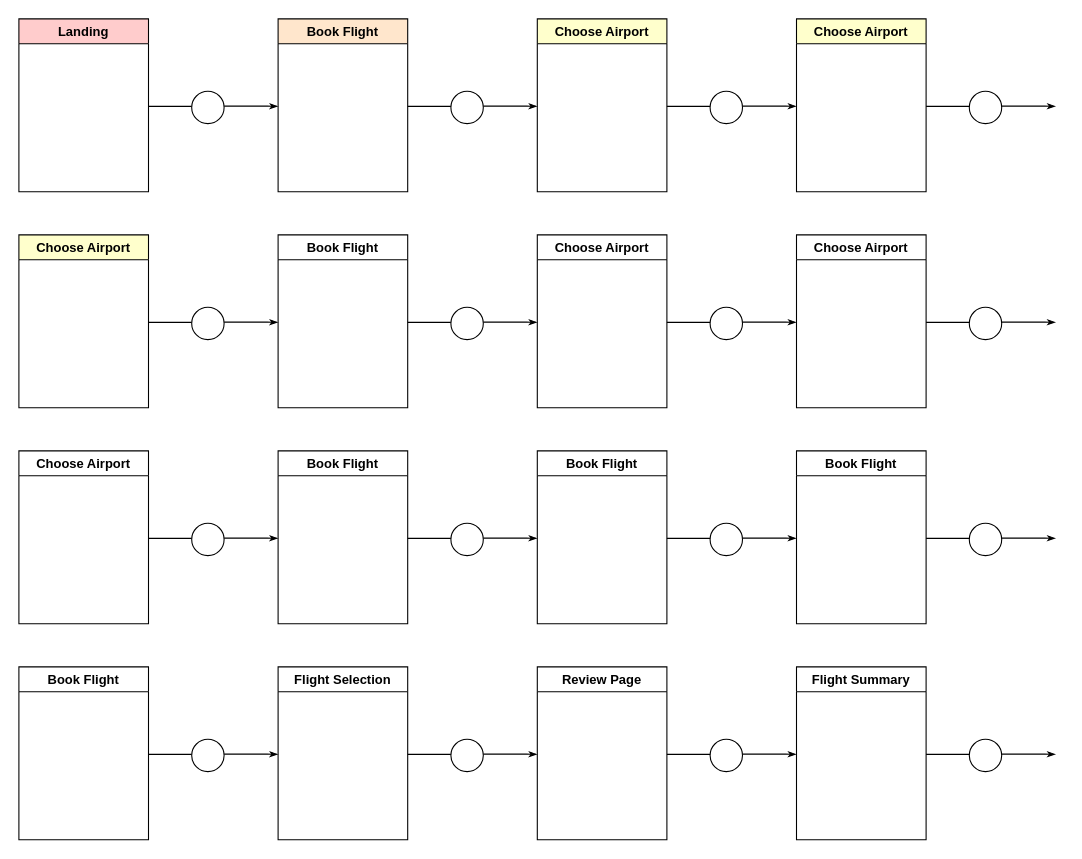
Earlier version of the draw.io diagram page "Page-1" (1 of 3) of Untitled Diagram.drawio (davidjbuchanan/todo_pretty_printed_example). Source tidied: cells renumbered, new cells numbered last; positions are measured from the earlier drawing's top-left corner, leaving out a move shared by most shapes. Both pictures are drawn from the tidied source at 108%, with x=0, y=0 at pixel (18, 18).
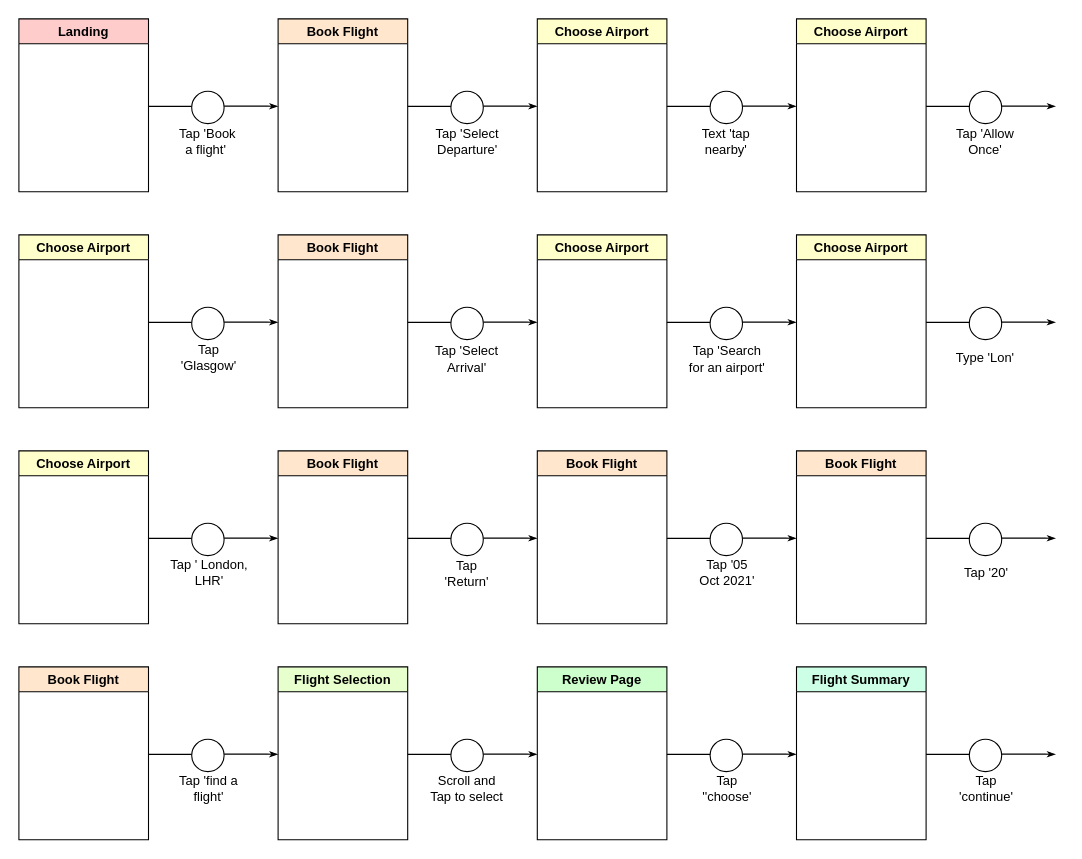
After the change.

What changed in the source:
```diff
@@
-    <mxCell id="23" value="Book Flight" style="swimlane;" parent="1" vertex="1">
+    <mxCell id="23" value="Book Flight" style="swimlane;fillColor=#FFE6CC;" parent="1" vertex="1">
       <mxGeometry x="240" y="200" width="120" height="160" as="geometry" />
     </mxCell>
@@
-    <mxCell id="27" value="Choose Airport" style="swimlane;" parent="1" vertex="1">
+    <mxCell id="27" value="Choose Airport" style="swimlane;fillColor=#FFFFCC;" parent="1" vertex="1">
       <mxGeometry x="480" y="200" width="120" height="160" as="geometry" />
     </mxCell>
@@
-    <mxCell id="31" value="Choose Airport" style="swimlane;" parent="1" vertex="1">
+    <mxCell id="31" value="Choose Airport" style="swimlane;fillColor=#FFFFCC;" parent="1" vertex="1">
       <mxGeometry x="720" y="200" width="120" height="160" as="geometry" />
     </mxCell>
@@
-    <mxCell id="35" value="Choose Airport" style="swimlane;" parent="1" vertex="1">
+    <mxCell id="35" value="Choose Airport" style="swimlane;fillColor=#FFFFCC;" parent="1" vertex="1">
       <mxGeometry y="400" width="120" height="160" as="geometry" />
     </mxCell>
@@
-    <mxCell id="39" value="Book Flight" style="swimlane;" parent="1" vertex="1">
+    <mxCell id="39" value="Book Flight" style="swimlane;fillColor=#FFE6CC;" parent="1" vertex="1">
       <mxGeometry x="240" y="400" width="120" height="160" as="geometry" />
     </mxCell>
@@
-    <mxCell id="43" value="Book Flight" style="swimlane;" parent="1" vertex="1">
+    <mxCell id="43" value="Book Flight" style="swimlane;fillColor=#FFE6CC;" parent="1" vertex="1">
       <mxGeometry x="480" y="400" width="120" height="160" as="geometry" />
     </mxCell>
@@
-    <mxCell id="47" value="Book Flight" style="swimlane;" parent="1" vertex="1">
+    <mxCell id="47" value="Book Flight" style="swimlane;fillColor=#FFE6CC;" parent="1" vertex="1">
       <mxGeometry x="720" y="400" width="120" height="160" as="geometry" />
     </mxCell>
@@
-    <mxCell id="51" value="Book Flight" style="swimlane;" parent="1" vertex="1">
+    <mxCell id="51" value="Book Flight" style="swimlane;fillColor=#FFE6CC;" parent="1" vertex="1">
       <mxGeometry y="600" width="120" height="160" as="geometry" />
     </mxCell>
@@
-    <mxCell id="55" value="Flight Selection" style="swimlane;" parent="1" vertex="1">
+    <mxCell id="55" value="Flight Selection" style="swimlane;fillColor=#E6FFCC;" parent="1" vertex="1">
       <mxGeometry x="240" y="600" width="120" height="160" as="geometry" />
     </mxCell>
@@
-    <mxCell id="59" value="Review Page" style="swimlane;" parent="1" vertex="1">
+    <mxCell id="59" value="Review Page" style="swimlane;fillColor=#CCFFCC;" parent="1" vertex="1">
       <mxGeometry x="480" y="600" width="120" height="160" as="geometry" />
     </mxCell>
@@
-    <mxCell id="63" value="Flight Summary" style="swimlane;" parent="1" vertex="1">
+    <mxCell id="63" value="Flight Summary" style="swimlane;fillColor=#CCFFE6;" parent="1" vertex="1">
       <mxGeometry x="720" y="600" width="120" height="160" as="geometry" />
     </mxCell>
@@
+    <mxCell id="66" value="Tap 'Book a flight'&amp;nbsp;" style="text;html=1;strokeColor=none;fillColor=none;align=center;verticalAlign=middle;whiteSpace=wrap;rounded=0;labelBackgroundColor=none;labelBorderColor=none;" parent="1" vertex="1">
+      <mxGeometry x="145" y="99" width="60" height="30" as="geometry" />
+    </mxCell>
+    <mxCell id="67" value="Tap 'Select Departure'" style="text;html=1;strokeColor=none;fillColor=none;align=center;verticalAlign=middle;whiteSpace=wrap;rounded=0;labelBackgroundColor=none;labelBorderColor=none;" parent="1" vertex="1">
+      <mxGeometry x="383" y="99" width="65" height="30" as="geometry" />
+    </mxCell>
+    <mxCell id="68" value="Text 'tap nearby'" style="text;html=1;strokeColor=none;fillColor=none;align=center;verticalAlign=middle;whiteSpace=wrap;rounded=0;labelBackgroundColor=none;labelBorderColor=none;" parent="1" vertex="1">
+      <mxGeometry x="625" y="99" width="60" height="30" as="geometry" />
+    </mxCell>
+    <mxCell id="69" value="Tap 'Allow Once'" style="text;html=1;strokeColor=none;fillColor=none;align=center;verticalAlign=middle;whiteSpace=wrap;rounded=0;labelBackgroundColor=none;labelBorderColor=none;" parent="1" vertex="1">
+      <mxGeometry x="865" y="99" width="60" height="30" as="geometry" />
+    </mxCell>
+    <mxCell id="70" value="Tap 'Glasgow'" style="text;html=1;strokeColor=none;fillColor=none;align=center;verticalAlign=middle;whiteSpace=wrap;rounded=0;labelBackgroundColor=none;labelBorderColor=none;" parent="1" vertex="1">
+      <mxGeometry x="146" y="299" width="60" height="30" as="geometry" />
+    </mxCell>
+    <mxCell id="71" value="Tap 'Select Arrival'" style="text;html=1;strokeColor=none;fillColor=none;align=center;verticalAlign=middle;whiteSpace=wrap;rounded=0;labelBackgroundColor=none;labelBorderColor=none;" parent="1" vertex="1">
+      <mxGeometry x="383" y="300" width="64" height="30" as="geometry" />
+    </mxCell>
+    <mxCell id="72" value="Tap 'Search for an airport'" style="text;html=1;strokeColor=none;fillColor=none;align=center;verticalAlign=middle;whiteSpace=wrap;rounded=0;labelBackgroundColor=none;labelBorderColor=none;" parent="1" vertex="1">
+      <mxGeometry x="616" y="300" width="80" height="30" as="geometry" />
+    </mxCell>
+    <mxCell id="73" value="Type 'Lon'" style="text;html=1;strokeColor=none;fillColor=none;align=center;verticalAlign=middle;whiteSpace=wrap;rounded=0;labelBackgroundColor=none;labelBorderColor=none;" parent="1" vertex="1">
+      <mxGeometry x="865" y="299" width="60" height="30" as="geometry" />
+    </mxCell>
+    <mxCell id="74" value="Tap ' London, LHR'" style="text;html=1;strokeColor=none;fillColor=none;align=center;verticalAlign=middle;whiteSpace=wrap;rounded=0;labelBackgroundColor=none;labelBorderColor=none;" parent="1" vertex="1">
+      <mxGeometry x="138.5" y="498" width="75" height="30" as="geometry" />
+    </mxCell>
+    <mxCell id="75" value="Tap 'Return'" style="text;html=1;strokeColor=none;fillColor=none;align=center;verticalAlign=middle;whiteSpace=wrap;rounded=0;labelBackgroundColor=none;labelBorderColor=none;" parent="1" vertex="1">
+      <mxGeometry x="385" y="499" width="60" height="30" as="geometry" />
+    </mxCell>
+    <mxCell id="76" value="Tap '05 Oct 2021'" style="text;html=1;strokeColor=none;fillColor=none;align=center;verticalAlign=middle;whiteSpace=wrap;rounded=0;labelBackgroundColor=none;labelBorderColor=none;" parent="1" vertex="1">
+      <mxGeometry x="626" y="498" width="60" height="30" as="geometry" />
+    </mxCell>
+    <mxCell id="77" value="Tap '20'" style="text;html=1;strokeColor=none;fillColor=none;align=center;verticalAlign=middle;whiteSpace=wrap;rounded=0;labelBackgroundColor=none;labelBorderColor=none;" parent="1" vertex="1">
+      <mxGeometry x="866" y="498" width="60" height="30" as="geometry" />
+    </mxCell>
+    <mxCell id="78" value="Tap 'find a flight'" style="text;html=1;strokeColor=none;fillColor=none;align=center;verticalAlign=middle;whiteSpace=wrap;rounded=0;labelBackgroundColor=none;labelBorderColor=none;" parent="1" vertex="1">
+      <mxGeometry x="146" y="698" width="60" height="30" as="geometry" />
+    </mxCell>
+    <mxCell id="79" value="Scroll and Tap to select" style="text;html=1;strokeColor=none;fillColor=none;align=center;verticalAlign=middle;whiteSpace=wrap;rounded=0;labelBackgroundColor=none;labelBorderColor=none;" parent="1" vertex="1">
+      <mxGeometry x="380" y="698" width="70" height="30" as="geometry" />
+    </mxCell>
+    <mxCell id="80" value="Tap ''choose'" style="text;html=1;strokeColor=none;fillColor=none;align=center;verticalAlign=middle;whiteSpace=wrap;rounded=0;labelBackgroundColor=none;labelBorderColor=none;" parent="1" vertex="1">
+      <mxGeometry x="626" y="698" width="60" height="30" as="geometry" />
+    </mxCell>
+    <mxCell id="81" value="Tap 'continue'" style="text;html=1;strokeColor=none;fillColor=none;align=center;verticalAlign=middle;whiteSpace=wrap;rounded=0;labelBackgroundColor=none;labelBorderColor=none;" parent="1" vertex="1">
+      <mxGeometry x="866" y="698" width="60" height="30" as="geometry" />
+    </mxCell>
```
